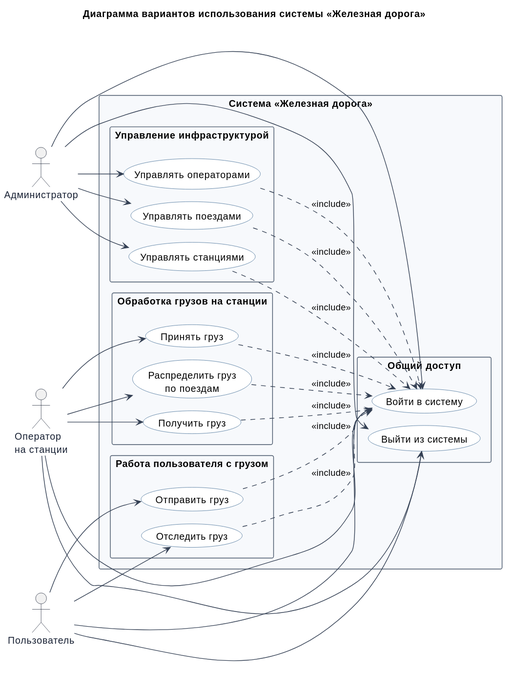
Above: uml/use-case-diagram/Связи_диаграммы_вариантов_использования.svg in Gu4rDe/railway (PlantUML), before the change. Its source is kept beside it as uml/use-case-diagram/Связи_диаграммы_вариантов_использования.puml. Source of this version:
```plantuml
@startuml
title Диаграмма вариантов использования системы «Железная дорога»

left to right direction
skinparam linetype ortho
skinparam nodesep 70
skinparam ranksep 80
skinparam packageMargin 24
skinparam packageStyle rectangle
skinparam shadowing false
skinparam defaultFontName Arial
skinparam ArrowColor #344054
skinparam ActorBorderColor #172033
skinparam ActorFontColor #172033
skinparam UsecaseBorderColor #2F5D8A
skinparam UsecaseBackgroundColor #FFFFFF
skinparam PackageBorderColor #455468
skinparam PackageBackgroundColor #F7F9FC

actor "Администратор" as admin
actor "Оператор\nна станции" as operator
actor "Пользователь" as user

rectangle "Система «Железная дорога»" as system {
  package "Общий доступ" {
    usecase "Войти в систему" as login
    usecase "Выйти из системы" as logout
  }

  package "Управление инфраструктурой" {
    usecase "Управлять станциями" as stations
    usecase "Управлять операторами" as operators
    usecase "Управлять поездами" as trains
  }

  package "Обработка грузов на станции" {
    usecase "Просмотреть список\nгрузов станции" as listCargo
    usecase "Принять груз" as receive
    usecase "Распределить груз\nпо поездам" as distribute
    usecase "Получить груз" as pickup
  }

  package "Работа пользователя с грузом" {
    usecase "Отправить груз" as send
    usecase "Отследить груз" as track
  }
}

admin --> login
admin --> logout
admin --> stations
admin --> operators
admin --> trains

operator --> login
operator --> logout
operator --> listCargo
operator --> receive
operator --> distribute
operator --> pickup

user --> login
user --> logout
user --> send
user --> track

send -[hidden]right-> receive
receive -[hidden]right-> distribute
distribute -[hidden]right-> pickup
listCargo -[hidden]right-> receive

stations -[hidden]..> login
operators -[hidden]..> login
trains -[hidden]..> login
receive -[hidden]..> login
distribute -[hidden]..> login
pickup -[hidden]..> login
listCargo -[hidden]..> login
send -[hidden]..> login
track -[hidden]..> login

@enduml
```
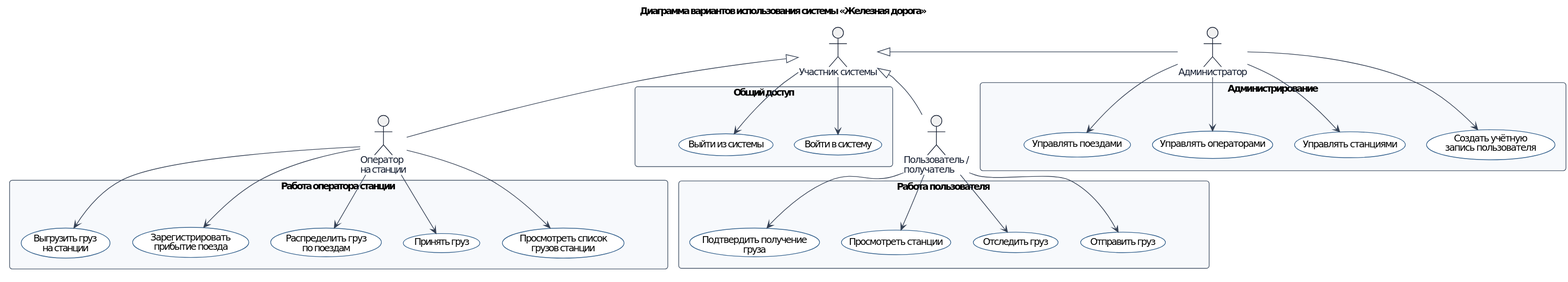
Later version of the same file.

Diff of the diagram source:
```diff
@@ -1,82 +1,79 @@
 @startuml
+!pragma layout smetana
 title Диаграмма вариантов использования системы «Железная дорога»
 
-left to right direction
-skinparam linetype ortho
-skinparam nodesep 70
-skinparam ranksep 80
-skinparam packageMargin 24
-skinparam packageStyle rectangle
+top to bottom direction
+skinparam nodesep 32
+skinparam ranksep 44
+skinparam roundcorner 8
 skinparam shadowing false
-skinparam defaultFontName Arial
+skinparam defaultFontName DejaVu Sans
 skinparam ArrowColor #344054
 skinparam ActorBorderColor #172033
 skinparam ActorFontColor #172033
 skinparam UsecaseBorderColor #2F5D8A
 skinparam UsecaseBackgroundColor #FFFFFF
-skinparam PackageBorderColor #455468
-skinparam PackageBackgroundColor #F7F9FC
+skinparam RectangleBorderColor #455468
+skinparam RectangleBackgroundColor #F7F9FC
 
+actor "Участник системы" as systemActor
 actor "Администратор" as admin
 actor "Оператор\nна станции" as operator
-actor "Пользователь" as user
+actor "Пользователь /\nполучатель" as user
 
-rectangle "Система «Железная дорога»" as system {
-  package "Общий доступ" {
-    usecase "Войти в систему" as login
-    usecase "Выйти из системы" as logout
-  }
-
-  package "Управление инфраструктурой" {
-    usecase "Управлять станциями" as stations
-    usecase "Управлять операторами" as operators
-    usecase "Управлять поездами" as trains
-  }
-
-  package "Обработка грузов на станции" {
-    usecase "Просмотреть список\nгрузов станции" as listCargo
-    usecase "Принять груз" as receive
-    usecase "Распределить груз\nпо поездам" as distribute
-    usecase "Получить груз" as pickup
-  }
-
-  package "Работа пользователя с грузом" {
-    usecase "Отправить груз" as send
-    usecase "Отследить груз" as track
-  }
+rectangle "Общий доступ\n\n" as common {
+  usecase "Войти в систему" as login
+  usecase "Выйти из системы" as logout
 }
 
-admin --> login
-admin --> logout
+rectangle "Администрирование\n\n" as adminScope {
+  usecase "Создать учётную\nзапись пользователя" as createUser
+  usecase "Управлять станциями" as stations
+  usecase "Управлять операторами" as operators
+  usecase "Управлять поездами" as trains
+}
+
+rectangle "Работа оператора станции\n\n" as operatorScope {
+  usecase "Просмотреть список\nгрузов станции" as listCargo
+  usecase "Принять груз" as receive
+  usecase "Распределить груз\nпо поездам" as distribute
+  usecase "Зарегистрировать\nприбытие поезда" as arrival
+  usecase "Выгрузить груз\nна станции" as unload
+}
+
+rectangle "Работа пользователя\n\n" as userScope {
+  usecase "Отправить груз" as send
+  usecase "Отследить груз" as track
+  usecase "Просмотреть станции" as listStations
+  usecase "Подтвердить получение\nгруза" as pickup
+}
+
+
+admin -left-|> systemActor
+operator -left-|> systemActor
+user -left-|> systemActor
+systemActor --> login
+systemActor --> logout
+
+admin --> createUser
 admin --> stations
 admin --> operators
 admin --> trains
 
-operator --> login
-operator --> logout
 operator --> listCargo
 operator --> receive
 operator --> distribute
-operator --> pickup
+operator --> arrival
+operator --> unload
 
-user --> login
-user --> logout
 user --> send
 user --> track
+user --> listStations
+user --> pickup
 
-send -[hidden]right-> receive
-receive -[hidden]right-> distribute
-distribute -[hidden]right-> pickup
-listCargo -[hidden]right-> receive
-
-stations -[hidden]..> login
-operators -[hidden]..> login
-trains -[hidden]..> login
-receive -[hidden]..> login
-distribute -[hidden]..> login
-pickup -[hidden]..> login
-listCargo -[hidden]..> login
-send -[hidden]..> login
-track -[hidden]..> login
+common -[hidden]right-> adminScope
+operatorScope -[hidden]right-> userScope
+common -[hidden]down-> operatorScope
+adminScope -[hidden]down-> userScope
 
 @enduml
```
